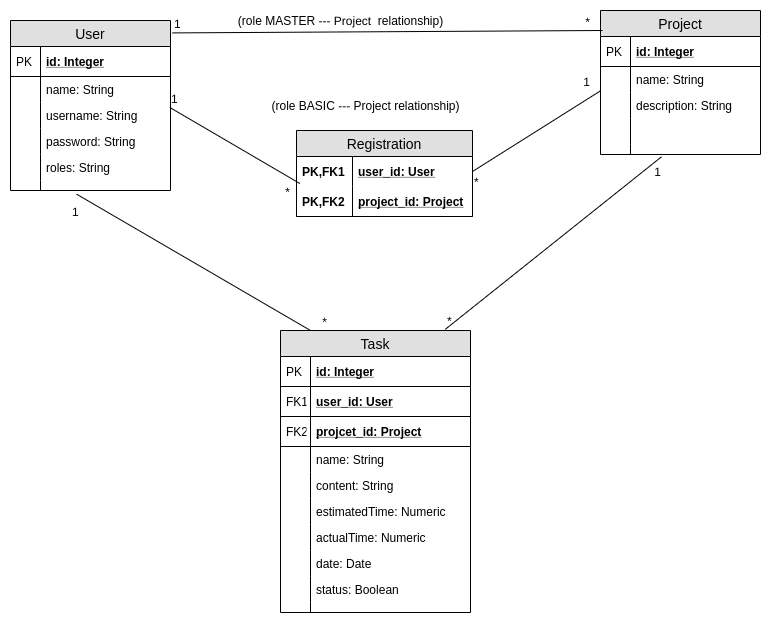
This is documentation/tietokantakaavio.png from lchz/projektin_tyoaikaseuranta, a draw.io export, as it was before one commit. Source tidied: cells renumbered, new cells last; positions are measured from the earlier drawing's top-left corner, leaving out a move shared by most shapes.
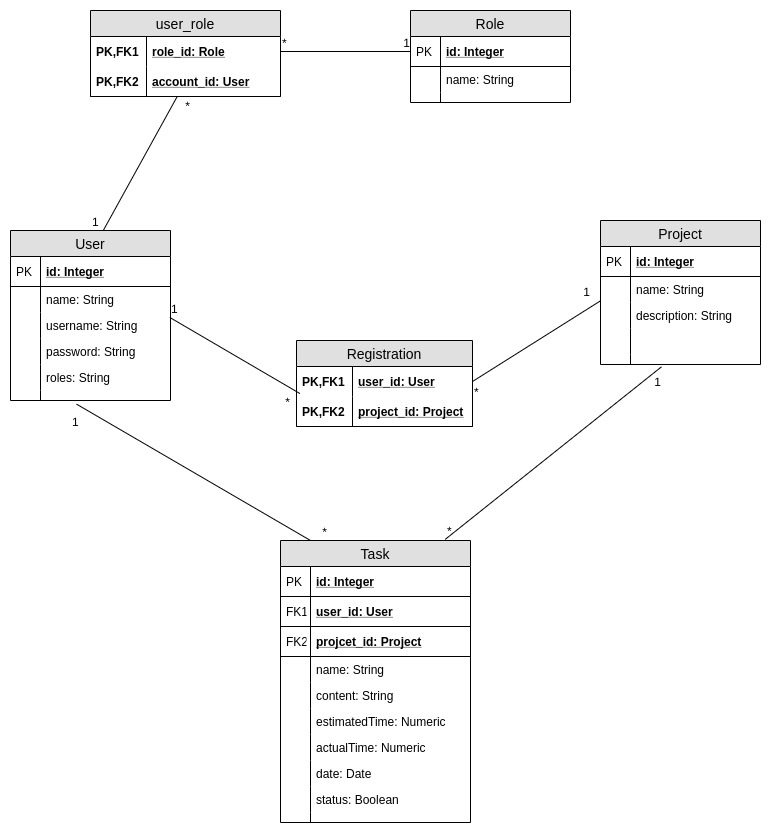
The same diagram one commit later.

Commit message:
Added roles table in db diagram

The edit, as a diff of the source:
```diff
@@ -176,19 +176,6 @@
         <mxPoint x="-9.6" as="offset" />
       </mxGeometry>
     </mxCell>
-    <mxCell id="58" style="endArrow=none;html=1;rounded=0;exitX=1.013;exitY=0.073;exitDx=0;exitDy=0;exitPerimeter=0;" parent="1" edge="1" source="2">
-      <mxGeometry relative="1" as="geometry">
-        <mxPoint x="592" y="20" as="targetPoint" />
-      </mxGeometry>
-    </mxCell>
-    <mxCell id="59" value="1" style="html=1;align=left;verticalAlign=bottom;" parent="58" vertex="1">
-      <mxGeometry x="-1" relative="1" as="geometry" />
-    </mxCell>
-    <mxCell id="60" value="*" style="html=1;align=right;verticalAlign=bottom;" parent="58" vertex="1">
-      <mxGeometry x="1" relative="1" as="geometry">
-        <mxPoint x="-12.1" y="-0.3" as="offset" />
-      </mxGeometry>
-    </mxCell>
     <mxCell id="61" style="endArrow=none;html=1;rounded=0;exitX=0.867;exitY=-0.004;exitDx=0;exitDy=0;exitPerimeter=0;entryX=0.381;entryY=1.233;entryDx=0;entryDy=0;entryPerimeter=0;" parent="1" edge="1" source="26" target="24">
       <mxGeometry relative="1" as="geometry" />
     </mxCell>
@@ -215,11 +202,63 @@
     <mxCell id="66" value="*" style="html=1;align=right;verticalAlign=bottom;" parent="64" vertex="1">
       <mxGeometry x="1" relative="1" as="geometry" />
     </mxCell>
-    <mxCell id="67" value="(role MASTER --- Project&amp;nbsp; relationship)" style="text;html=1;align=center;verticalAlign=middle;" parent="1" vertex="1">
-      <mxGeometry x="220" width="220" height="20" as="geometry" />
-    </mxCell>
-    <mxCell id="68" value="(role BASIC --- Project relationship)" style="text;html=1;align=center;verticalAlign=middle;" parent="1" vertex="1">
-      <mxGeometry x="255" y="85" width="200" height="20" as="geometry" />
-    </mxCell>
+    <mxCell id="69" style="endArrow=none;html=1;rounded=0;exitX=0.581;exitY=-0.002;exitDx=0;exitDy=0;exitPerimeter=0;" parent="1" edge="1" source="2" target="80">
+      <mxGeometry relative="1" as="geometry" />
+    </mxCell>
+    <mxCell id="59" value="1" style="html=1;align=left;verticalAlign=bottom;" parent="69" vertex="1">
+      <mxGeometry x="-1" relative="1" as="geometry">
+        <mxPoint x="-13" as="offset" />
+      </mxGeometry>
+    </mxCell>
+    <mxCell id="60" value="*" style="html=1;align=right;verticalAlign=bottom;" parent="69" vertex="1">
+      <mxGeometry x="1" relative="1" as="geometry">
+        <mxPoint x="13.1" y="18.1" as="offset" />
+      </mxGeometry>
+    </mxCell>
+    <mxCell id="70" value="Role" style="swimlane;fontStyle=0;horizontal=1;startSize=26;fillColor=#e0e0e0;swimlaneFillColor=#ffffff;align=center;fontSize=14;" parent="1" vertex="1">
+      <mxGeometry x="400" y="-210" width="160" height="92" as="geometry" />
+    </mxCell>
+    <mxCell id="71" value="id: Integer" style="shape=partialRectangle;top=0;left=0;right=0;bottom=1;align=left;verticalAlign=middle;fillColor=none;spacingLeft=34;spacingRight=4;overflow=hidden;points=[[0,0.5],[1,0.5]];portConstraint=eastwest;fontStyle=5;fontSize=12;" parent="70" vertex="1">
+      <mxGeometry y="26" width="160" height="30" as="geometry" />
+    </mxCell>
+    <mxCell id="72" value="PK" style="shape=partialRectangle;top=0;left=0;bottom=0;fillColor=none;align=left;verticalAlign=middle;spacingLeft=4;spacingRight=4;overflow=hidden;fontSize=12;" parent="71" vertex="1">
+      <mxGeometry width="30" height="30" as="geometry" />
+    </mxCell>
+    <mxCell id="73" value="name: String" style="shape=partialRectangle;top=0;left=0;right=0;bottom=0;align=left;verticalAlign=top;fillColor=none;spacingLeft=34;spacingRight=4;overflow=hidden;fontSize=12;" parent="70" vertex="1">
+      <mxGeometry y="56" width="160" height="26" as="geometry" />
+    </mxCell>
+    <mxCell id="74" style="shape=partialRectangle;top=0;left=0;bottom=0;fillColor=none;align=left;verticalAlign=top;spacingLeft=4;spacingRight=4;overflow=hidden;fontSize=12;" parent="73" vertex="1">
+      <mxGeometry width="30" height="26" as="geometry" />
+    </mxCell>
+    <mxCell id="75" style="shape=partialRectangle;top=0;left=0;right=0;bottom=0;align=left;verticalAlign=top;fillColor=none;spacingLeft=34;spacingRight=4;overflow=hidden;fontSize=12;" parent="70" vertex="1">
+      <mxGeometry y="82" width="160" height="10" as="geometry" />
+    </mxCell>
+    <mxCell id="76" style="shape=partialRectangle;top=0;left=0;bottom=0;fillColor=none;align=left;verticalAlign=top;spacingLeft=4;spacingRight=4;overflow=hidden;fontSize=12;" parent="75" vertex="1">
+      <mxGeometry width="30" height="10" as="geometry" />
+    </mxCell>
+    <mxCell id="77" value="user_role" style="swimlane;fontStyle=0;horizontal=1;startSize=26;fillColor=#e0e0e0;swimlaneFillColor=#ffffff;align=center;fontSize=14;" parent="1" vertex="1">
+      <mxGeometry x="80" y="-210" width="190" height="86" as="geometry" />
+    </mxCell>
+    <mxCell id="78" value="role_id: Role" style="shape=partialRectangle;top=0;left=0;right=0;bottom=0;align=left;verticalAlign=middle;fillColor=none;spacingLeft=60;spacingRight=4;overflow=hidden;points=[[0,0.5],[1,0.5]];portConstraint=eastwest;fontStyle=5;fontSize=12;" parent="77" vertex="1">
+      <mxGeometry y="26" width="190" height="30" as="geometry" />
+    </mxCell>
+    <mxCell id="79" value="PK,FK1" style="shape=partialRectangle;fontStyle=1;top=0;left=0;bottom=0;fillColor=none;align=left;verticalAlign=middle;spacingLeft=4;spacingRight=4;overflow=hidden;fontSize=12;" parent="78" vertex="1">
+      <mxGeometry width="56" height="30" as="geometry" />
+    </mxCell>
+    <mxCell id="80" value="account_id: User" style="shape=partialRectangle;top=0;left=0;right=0;bottom=1;align=left;verticalAlign=middle;fillColor=none;spacingLeft=60;spacingRight=4;overflow=hidden;points=[[0,0.5],[1,0.5]];portConstraint=eastwest;fontStyle=5;fontSize=12;" parent="77" vertex="1">
+      <mxGeometry y="56" width="190" height="30" as="geometry" />
+    </mxCell>
+    <mxCell id="81" value="PK,FK2" style="shape=partialRectangle;fontStyle=1;top=0;left=0;bottom=0;fillColor=none;align=left;verticalAlign=middle;spacingLeft=4;spacingRight=4;overflow=hidden;fontSize=12;" parent="80" vertex="1">
+      <mxGeometry width="56" height="30" as="geometry" />
+    </mxCell>
+    <mxCell id="82" style="endArrow=none;html=1;rounded=0;exitX=1;exitY=0.5;exitDx=0;exitDy=0;entryX=0;entryY=0.5;entryDx=0;entryDy=0;" parent="1" edge="1" source="78" target="71">
+      <mxGeometry relative="1" as="geometry" />
+    </mxCell>
+    <mxCell id="83" value="*" style="html=1;align=left;verticalAlign=bottom;" parent="82" vertex="1">
+      <mxGeometry x="-1" relative="1" as="geometry" />
+    </mxCell>
+    <mxCell id="84" value="1" style="html=1;align=right;verticalAlign=bottom;" parent="82" vertex="1">
+      <mxGeometry x="1" relative="1" as="geometry" />
+    </mxCell>
   </root>
 </mxGraphModel>
```
